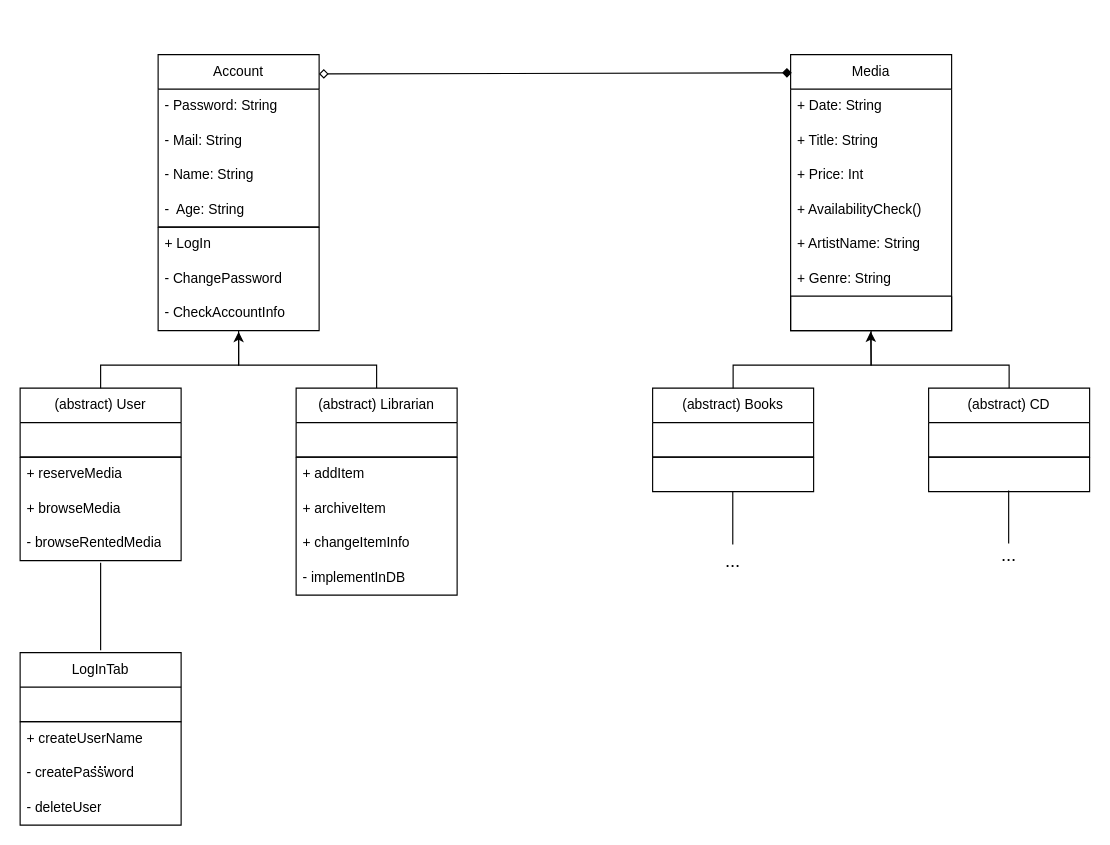
Before: Dokumentation/diagrams/class_library.drawio in sraosha47/m226, a draw.io diagram. Source tidied: cells renumbered, new cells numbered last; positions are measured from the earlier drawing's top-left corner, leaving out a move shared by most shapes. Both pictures are drawn from the tidied source at 115%, with x=0, y=0 at pixel (20, 54).
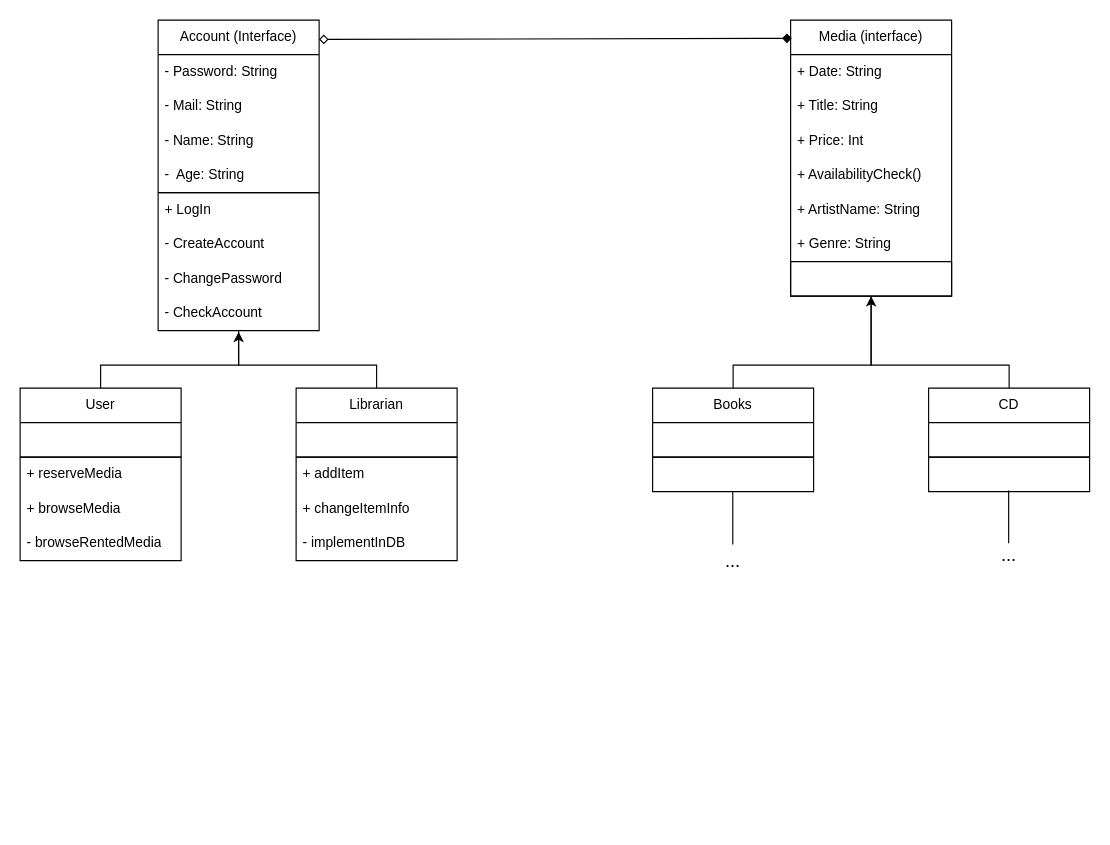
After the change.

Unchanged cells that the change refers to:
```xml
<mxCell id="14" style="swimlane;fontStyle=0;horizontal=1;startSize=0;whiteSpace=wrap;html=1;" parent="7" vertex="1">
  <mxGeometry y="210" width="140" height="30" as="geometry" />
</mxCell>
<mxCell id="26" value="- browseRentedMedia" style="text;strokeColor=none;fillColor=none;align=left;verticalAlign=middle;spacingLeft=4;spacingRight=4;overflow=hidden;points=[[0,0.5],[1,0.5]];portConstraint=eastwest;whiteSpace=wrap;html=1;" parent="23" vertex="1">
  <mxGeometry y="60" width="140" height="30" as="geometry" />
</mxCell>
```

What changed in the source:
```diff
@@
-    <mxCell id="2" value="Account" style="swimlane;fontStyle=0;horizontal=1;startSize=30;whiteSpace=wrap;html=1;" parent="1" vertex="1">
-      <mxGeometry x="120" width="140" height="150" as="geometry" />
+    <mxCell id="2" value="Account (Interface)" style="swimlane;fontStyle=0;horizontal=1;startSize=30;whiteSpace=wrap;html=1;" parent="1" vertex="1">
+      <mxGeometry x="120" y="-30" width="140" height="150" as="geometry" />
     </mxCell>
@@
-    <mxCell id="7" value="Media" style="swimlane;fontStyle=0;horizontal=1;startSize=30;whiteSpace=wrap;html=1;" parent="1" vertex="1">
-      <mxGeometry x="670" width="140" height="240" as="geometry" />
+    <mxCell id="7" value="Media (interface)" style="swimlane;fontStyle=0;horizontal=1;startSize=30;whiteSpace=wrap;html=1;" parent="1" vertex="1">
+      <mxGeometry x="670" y="-30" width="140" height="240" as="geometry" />
     </mxCell>
@@
-    <mxCell id="15" value="(abstract) Books" style="swimlane;fontStyle=0;horizontal=1;startSize=30;whiteSpace=wrap;html=1;" parent="1" vertex="1">
+    <mxCell id="15" value="Books" style="swimlane;fontStyle=0;horizontal=1;startSize=30;whiteSpace=wrap;html=1;" parent="1" vertex="1">
       <mxGeometry x="550" y="290" width="140" height="60" as="geometry" />
     </mxCell>
-    <mxCell id="16" style="endArrow=classic;html=1;rounded=0;entryX=0.497;entryY=1.027;entryDx=0;entryDy=0;entryPerimeter=0;exitX=0.5;exitY=0;exitDx=0;exitDy=0;" parent="1" edge="1" source="15">
+    <mxCell id="16" style="endArrow=classic;html=1;rounded=0;entryX=0.5;entryY=1;entryDx=0;entryDy=0;exitX=0.5;exitY=0;exitDx=0;exitDy=0;" parent="1" edge="1" source="15" target="14">
       <mxGeometry relative="1" as="geometry">
-        <mxPoint x="739.6" y="240.8" as="targetPoint" />
         <Array as="points">
           <mxPoint x="620" y="270" />
           <mxPoint x="740" y="270" />
         </Array>
       </mxGeometry>
     </mxCell>
@@
-    <mxCell id="18" style="endArrow=none;html=1;rounded=0;exitX=0.5;exitY=0;exitDx=0;exitDy=0;" parent="1" edge="1" source="19">
+    <mxCell id="18" style="endArrow=none;html=1;rounded=0;exitX=0.5;exitY=0;exitDx=0;exitDy=0;entryX=0.5;entryY=1;entryDx=0;entryDy=0;" parent="1" edge="1" source="19" target="14">
       <mxGeometry relative="1" as="geometry">
-        <mxPoint x="740" y="240" as="targetPoint" />
         <Array as="points">
           <mxPoint x="860" y="270" />
           <mxPoint x="740" y="270" />
         </Array>
       </mxGeometry>
     </mxCell>
-    <mxCell id="19" value="(abstract) CD" style="swimlane;fontStyle=0;horizontal=1;startSize=30;whiteSpace=wrap;html=1;" parent="1" vertex="1">
+    <mxCell id="19" value="CD" style="swimlane;fontStyle=0;horizontal=1;startSize=30;whiteSpace=wrap;html=1;" parent="1" vertex="1">
       <mxGeometry x="790" y="290" width="140" height="60" as="geometry" />
     </mxCell>
@@
-    <mxCell id="21" value="(abstract) User" style="swimlane;fontStyle=0;horizontal=1;startSize=30;whiteSpace=wrap;html=1;" parent="1" vertex="1">
+    <mxCell id="21" value="User" style="swimlane;fontStyle=0;horizontal=1;startSize=30;whiteSpace=wrap;html=1;" parent="1" vertex="1">
       <mxGeometry y="290" width="140" height="60" as="geometry" />
     </mxCell>
@@
-    <mxCell id="28" value="(abstract) Librarian" style="swimlane;fontStyle=0;horizontal=1;startSize=30;whiteSpace=wrap;html=1;" parent="1" vertex="1">
+    <mxCell id="28" value="Librarian" style="swimlane;fontStyle=0;horizontal=1;startSize=30;whiteSpace=wrap;html=1;" parent="1" vertex="1">
       <mxGeometry x="240" y="290" width="140" height="60" as="geometry" />
     </mxCell>
     <mxCell id="29" style="swimlane;fontStyle=0;horizontal=1;startSize=0;whiteSpace=wrap;html=1;" parent="1" vertex="1">
-      <mxGeometry x="240" y="350" width="140" height="120" as="geometry" />
+      <mxGeometry x="240" y="350" width="140" height="90" as="geometry" />
     </mxCell>
@@
-    <mxCell id="31" value="+ archiveItem" style="text;strokeColor=none;fillColor=none;align=left;verticalAlign=middle;spacingLeft=4;spacingRight=4;overflow=hidden;whiteSpace=wrap;html=1;" parent="29" vertex="1">
-      <mxGeometry y="30" width="140" height="30" as="geometry" />
-    </mxCell>
     <mxCell id="32" value="+ changeItemInfo" style="text;strokeColor=none;fillColor=none;align=left;verticalAlign=middle;spacingLeft=4;spacingRight=4;overflow=hidden;whiteSpace=wrap;html=1;" parent="29" vertex="1">
-      <mxGeometry y="60" width="140" height="30" as="geometry" />
+      <mxGeometry y="30" width="140" height="30" as="geometry" />
     </mxCell>
     <mxCell id="33" value="- implementInDB" style="text;strokeColor=none;fillColor=none;align=left;verticalAlign=middle;spacingLeft=4;spacingRight=4;overflow=hidden;whiteSpace=wrap;html=1;" parent="29" vertex="1">
-      <mxGeometry y="90" width="140" height="30" as="geometry" />
+      <mxGeometry y="60" width="140" height="30" as="geometry" />
     </mxCell>
@@
-    <mxCell id="35" style="endArrow=none;html=1;rounded=0;exitX=0.5;exitY=1.061;exitDx=0;exitDy=0;exitPerimeter=0;" parent="1" edge="1" source="26">
-      <mxGeometry relative="1" as="geometry">
-        <mxPoint x="70" y="518" as="targetPoint" />
-      </mxGeometry>
-    </mxCell>
-    <mxCell id="36" value="&lt;font style=&quot;font-size: 16px;&quot;&gt;...&lt;/font&gt;" style="text;html=1;strokeColor=none;fillColor=none;align=center;verticalAlign=middle;whiteSpace=wrap;rounded=0;" parent="1" vertex="1">
-      <mxGeometry x="40" y="600" width="60" height="30" as="geometry" />
-    </mxCell>
@@
     <mxCell id="41" style="swimlane;fontStyle=0;horizontal=1;startSize=0;whiteSpace=wrap;html=1;align=left;" parent="1" vertex="1">
-      <mxGeometry x="120" y="150" width="140" height="90" as="geometry" />
+      <mxGeometry x="120" y="120" width="140" height="120" as="geometry" />
     </mxCell>
@@
+    <mxCell id="50" value="- CreateAccount" style="text;strokeColor=none;fillColor=none;align=left;verticalAlign=middle;spacingLeft=4;spacingRight=4;overflow=hidden;whiteSpace=wrap;html=1;" parent="41" vertex="1">
+      <mxGeometry y="30" width="140" height="30" as="geometry" />
+    </mxCell>
     <mxCell id="43" value="- ChangePassword" style="text;strokeColor=none;fillColor=none;align=left;verticalAlign=middle;spacingLeft=4;spacingRight=4;overflow=hidden;whiteSpace=wrap;html=1;" parent="41" vertex="1">
-      <mxGeometry y="30" width="140" height="30" as="geometry" />
+      <mxGeometry y="60" width="140" height="30" as="geometry" />
     </mxCell>
-    <mxCell id="44" value="- CheckAccountInfo" style="text;strokeColor=none;fillColor=none;align=left;verticalAlign=middle;spacingLeft=4;spacingRight=4;overflow=hidden;whiteSpace=wrap;html=1;" parent="41" vertex="1">
-      <mxGeometry y="60" width="140" height="30" as="geometry" />
+    <mxCell id="44" value="- CheckAccount" style="text;strokeColor=none;fillColor=none;align=left;verticalAlign=middle;spacingLeft=4;spacingRight=4;overflow=hidden;whiteSpace=wrap;html=1;" parent="41" vertex="1">
+      <mxGeometry y="90" width="140" height="30" as="geometry" />
     </mxCell>
-    <mxCell id="45" value="LogInTab" style="swimlane;fontStyle=0;horizontal=1;startSize=30;whiteSpace=wrap;html=1;" parent="1" vertex="1">
-      <mxGeometry y="520" width="140" height="60" as="geometry" />
-    </mxCell>
-    <mxCell id="46" style="swimlane;fontStyle=0;horizontal=1;startSize=0;whiteSpace=wrap;html=1;" parent="1" vertex="1">
-      <mxGeometry y="580" width="140" height="90" as="geometry" />
-    </mxCell>
-    <mxCell id="47" value="+ createUserName" style="text;strokeColor=none;fillColor=none;align=left;verticalAlign=middle;spacingLeft=4;spacingRight=4;overflow=hidden;whiteSpace=wrap;html=1;" parent="46" vertex="1">
-      <mxGeometry width="140" height="30" as="geometry" />
-    </mxCell>
-    <mxCell id="48" value="- createPassword" style="text;strokeColor=none;fillColor=none;align=left;verticalAlign=middle;spacingLeft=4;spacingRight=4;overflow=hidden;whiteSpace=wrap;html=1;" parent="46" vertex="1">
-      <mxGeometry y="30" width="140" height="30" as="geometry" />
-    </mxCell>
-    <mxCell id="49" value="- deleteUser" style="text;strokeColor=none;fillColor=none;align=left;verticalAlign=middle;spacingLeft=4;spacingRight=4;overflow=hidden;whiteSpace=wrap;html=1;" parent="46" vertex="1">
-      <mxGeometry y="60" width="140" height="30" as="geometry" />
-    </mxCell>
```
